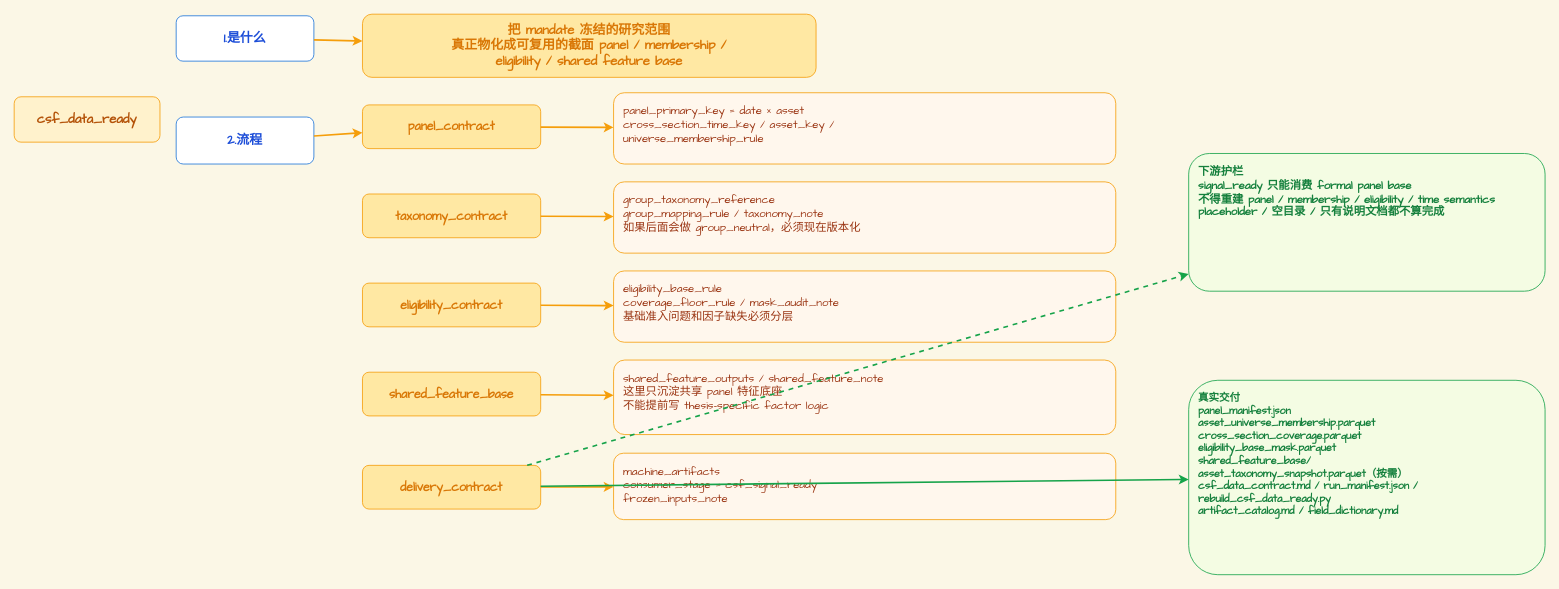
Earlier version of the draw.io diagram page "csf_data_ready" (2 of 3) of docs/show/csf/image/01-02-idea-mandate-contracts.drawio (web3qt/quant-research-os). Source tidied: cells renumbered, new cells numbered last; positions are measured from the earlier drawing's top-left corner, leaving out a move shared by most shapes. Both pictures are drawn from the tidied source at 81%, with x=0, y=0 at pixel (14, 14).
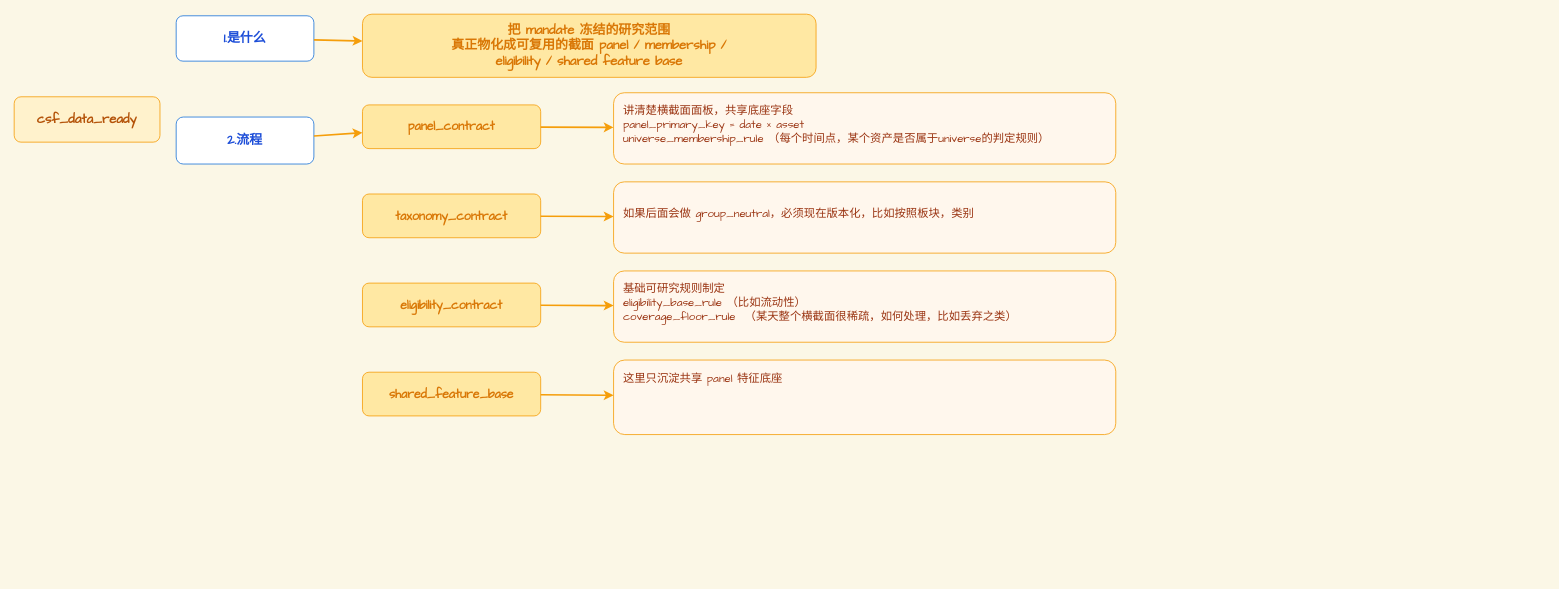
Above is the later version.

Commit message:
Clarify CSF signal contract fields in the stage diagram

Change to the diagram source:
```diff
@@
-    <mxCell id="7" value="panel_primary_key = date × asset&#10;cross_section_time_key / asset_key /&#10;universe_membership_rule" style="rounded=1;whiteSpace=wrap;html=1;fillColor=#FFF7ED;strokeColor=#F59E0B;fontColor=#9A3412;fontSize=14;fontFamily=Comic Sans MS;align=left;verticalAlign=top;spacingLeft=10;spacingTop=8;" parent="1" vertex="1">
+    <mxCell id="7" value="&lt;div&gt;讲清楚横截面面板，共享底座字段&lt;/div&gt;panel_primary_key = date × asset&lt;br&gt;universe_membership_rule （每个时间点，某个资产是否属于universe的判定规则）" style="rounded=1;whiteSpace=wrap;html=1;fillColor=#FFF7ED;strokeColor=#F59E0B;fontColor=#9A3412;fontSize=14;fontFamily=Comic Sans MS;align=left;verticalAlign=top;spacingLeft=10;spacingTop=8;" parent="1" vertex="1">
       <mxGeometry x="740" y="97" width="620" height="88" as="geometry" />
     </mxCell>
@@
-    <mxCell id="9" value="group_taxonomy_reference&#10;group_mapping_rule / taxonomy_note&#10;如果后面会做 group_neutral，必须现在版本化" style="rounded=1;whiteSpace=wrap;html=1;fillColor=#FFF7ED;strokeColor=#F59E0B;fontColor=#9A3412;fontSize=14;fontFamily=Comic Sans MS;align=left;verticalAlign=top;spacingLeft=10;spacingTop=8;" parent="1" vertex="1">
+    <mxCell id="9" value="&lt;br&gt;如果后面会做 group_neutral，必须现在版本化，比如按照板块，类别" style="rounded=1;whiteSpace=wrap;html=1;fillColor=#FFF7ED;strokeColor=#F59E0B;fontColor=#9A3412;fontSize=14;fontFamily=Comic Sans MS;align=left;verticalAlign=top;spacingLeft=10;spacingTop=8;" parent="1" vertex="1">
       <mxGeometry x="740" y="207" width="620" height="88" as="geometry" />
     </mxCell>
@@
-    <mxCell id="11" value="eligibility_base_rule&#10;coverage_floor_rule / mask_audit_note&#10;基础准入问题和因子缺失必须分层" style="rounded=1;whiteSpace=wrap;html=1;fillColor=#FFF7ED;strokeColor=#F59E0B;fontColor=#9A3412;fontSize=14;fontFamily=Comic Sans MS;align=left;verticalAlign=top;spacingLeft=10;spacingTop=8;" parent="1" vertex="1">
+    <mxCell id="11" value="&lt;div&gt;基础可研究规则制定&lt;/div&gt;eligibility_base_rule （比如流动性）&lt;br&gt;coverage_floor_rule&amp;nbsp; （某天整个横截面很稀疏，如何处理，比如丢弃之类）" style="rounded=1;whiteSpace=wrap;html=1;fillColor=#FFF7ED;strokeColor=#F59E0B;fontColor=#9A3412;fontSize=14;fontFamily=Comic Sans MS;align=left;verticalAlign=top;spacingLeft=10;spacingTop=8;" parent="1" vertex="1">
       <mxGeometry x="740" y="317" width="620" height="88" as="geometry" />
     </mxCell>
@@
-    <mxCell id="13" value="shared_feature_outputs / shared_feature_note&#10;这里只沉淀共享 panel 特征底座&#10;不能提前写 thesis-specific factor logic" style="rounded=1;whiteSpace=wrap;html=1;fillColor=#FFF7ED;strokeColor=#F59E0B;fontColor=#9A3412;fontSize=14;fontFamily=Comic Sans MS;align=left;verticalAlign=top;spacingLeft=10;spacingTop=8;" parent="1" vertex="1">
+    <mxCell id="13" value="这里只沉淀共享 panel 特征底座&lt;div&gt;&lt;br/&gt;&lt;/div&gt;" style="rounded=1;whiteSpace=wrap;html=1;fillColor=#FFF7ED;strokeColor=#F59E0B;fontColor=#9A3412;fontSize=14;fontFamily=Comic Sans MS;align=left;verticalAlign=top;spacingLeft=10;spacingTop=8;" parent="1" vertex="1">
       <mxGeometry x="740" y="427" width="620" height="92" as="geometry" />
     </mxCell>
-    <mxCell id="14" value="delivery_contract" style="rounded=1;whiteSpace=wrap;html=1;fillColor=#FFE8A3;strokeColor=#F59E0B;fontColor=#D97706;fontStyle=1;fontSize=15;fontFamily=Comic Sans MS;" parent="1" vertex="1">
-      <mxGeometry x="430" y="557" width="220" height="54" as="geometry" />
-    </mxCell>
-    <mxCell id="15" value="machine_artifacts&#10;consumer_stage = csf_signal_ready&#10;frozen_inputs_note" style="rounded=1;whiteSpace=wrap;html=1;fillColor=#FFF7ED;strokeColor=#F59E0B;fontColor=#9A3412;fontSize=14;fontFamily=Comic Sans MS;align=left;verticalAlign=top;spacingLeft=10;spacingTop=8;" parent="1" vertex="1">
-      <mxGeometry x="740" y="542" width="620" height="82" as="geometry" />
-    </mxCell>
-    <mxCell id="16" value="下游护栏&#10;signal_ready 只能消费 formal panel base&#10;不得重建 panel / membership / eligibility / time semantics&#10;placeholder / 空目录 / 只有说明文档都不算完成" style="rounded=1;whiteSpace=wrap;html=1;fillColor=#F4FCE3;strokeColor=#16A34A;fontColor=#15803D;fontStyle=1;fontSize=14;fontFamily=Comic Sans MS;align=left;verticalAlign=top;spacingLeft=10;spacingTop=8;" parent="1" vertex="1">
-      <mxGeometry x="1450" y="172" width="440" height="170" as="geometry" />
-    </mxCell>
-    <mxCell id="17" value="真实交付&#10;panel_manifest.json&#10;asset_universe_membership.parquet&#10;cross_section_coverage.parquet&#10;eligibility_base_mask.parquet&#10;shared_feature_base/&#10;asset_taxonomy_snapshot.parquet（按需）&#10;csf_data_contract.md / run_manifest.json / rebuild_csf_data_ready.py&#10;artifact_catalog.md / field_dictionary.md" style="rounded=1;whiteSpace=wrap;html=1;fillColor=#F4FCE3;strokeColor=#16A34A;fontColor=#15803D;fontStyle=1;fontSize=13;fontFamily=Comic Sans MS;align=left;verticalAlign=top;spacingLeft=10;spacingTop=8;" parent="1" vertex="1">
-      <mxGeometry x="1450" y="452" width="440" height="240" as="geometry" />
-    </mxCell>
@@
-    <mxCell id="24" style="endArrow=classic;html=1;rounded=0;strokeWidth=2;strokeColor=#F59E0B;" parent="1" edge="1" source="14" target="15">
-      <mxGeometry relative="1" as="geometry" />
-    </mxCell>
-    <mxCell id="25" style="endArrow=classic;html=1;rounded=0;strokeWidth=2;dashed=1;strokeColor=#16A34A;" parent="1" edge="1" source="14" target="16">
-      <mxGeometry relative="1" as="geometry" />
-    </mxCell>
-    <mxCell id="26" style="endArrow=classic;html=1;rounded=0;strokeWidth=2;strokeColor=#16A34A;" parent="1" edge="1" source="14" target="17">
-      <mxGeometry relative="1" as="geometry" />
-    </mxCell>
```
